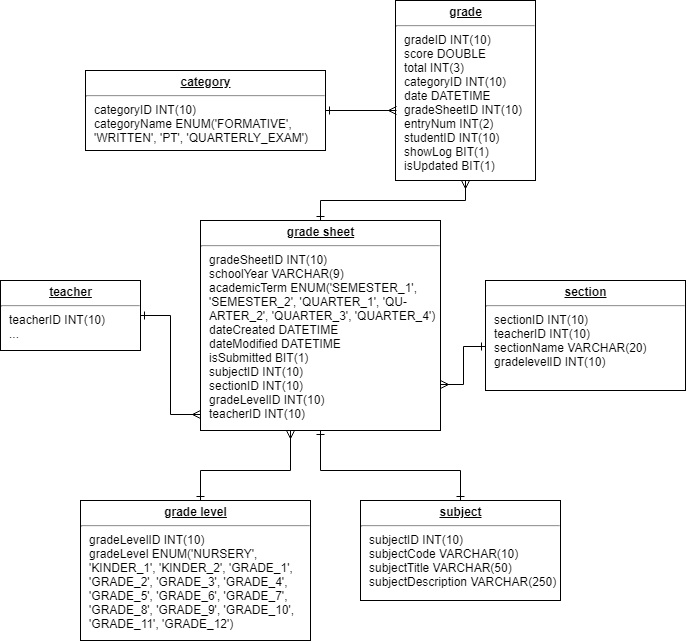
Before: SP/Grade-Sheet.png, a diagram exported from draw.io (blankart/dhla-web-app). Source tidied: cells renumbered, new cells last; positions are measured from the earlier drawing's top-left corner, leaving out a move shared by most shapes.
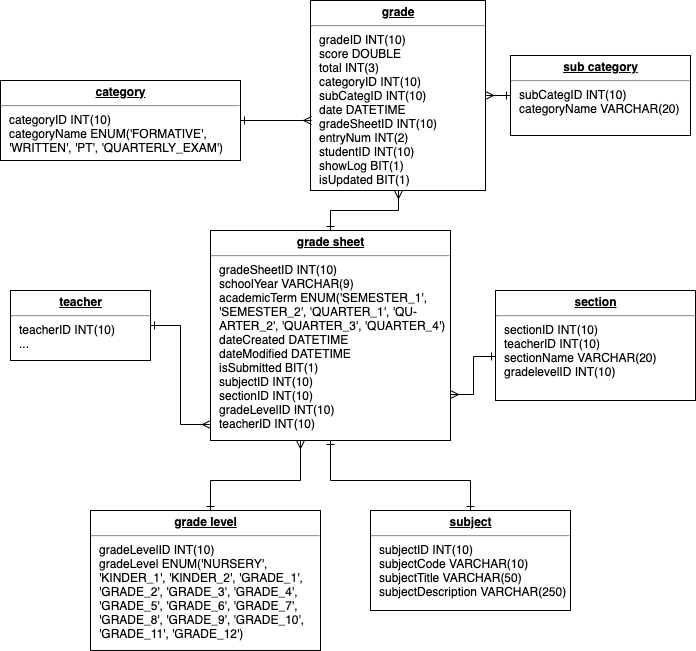
Later version of the same file.

Diff of the diagram source:
```diff
@@ -5,14 +5,14 @@
     <mxCell id="2" value="&lt;p style=&quot;margin: 0px ; margin-top: 4px ; text-align: center ; text-decoration: underline&quot;&gt;&lt;b&gt;grade sheet&lt;/b&gt;&lt;/p&gt;&lt;hr&gt;&lt;p style=&quot;margin: 0px ; margin-left: 8px&quot;&gt;gradeSheetID INT(10)&lt;/p&gt;&lt;p style=&quot;margin: 0px ; margin-left: 8px&quot;&gt;schoolYear VARCHAR(9)&lt;/p&gt;&lt;p style=&quot;margin: 0px ; margin-left: 8px&quot;&gt;academicTerm ENUM('SEMESTER_1',&lt;/p&gt;&lt;p style=&quot;margin: 0px ; margin-left: 8px&quot;&gt;'SEMESTER_2', 'QUARTER_1', 'QU-&lt;/p&gt;&lt;p style=&quot;margin: 0px ; margin-left: 8px&quot;&gt;ARTER_2', 'QUARTER_3', 'QUARTER_4')&lt;/p&gt;&lt;p style=&quot;margin: 0px ; margin-left: 8px&quot;&gt;dateCreated DATETIME&lt;/p&gt;&lt;p style=&quot;margin: 0px ; margin-left: 8px&quot;&gt;dateModified DATETIME&lt;/p&gt;&lt;p style=&quot;margin: 0px ; margin-left: 8px&quot;&gt;isSubmitted BIT(1)&lt;/p&gt;&lt;p style=&quot;margin: 0px ; margin-left: 8px&quot;&gt;subjectID INT(10)&lt;/p&gt;&lt;p style=&quot;margin: 0px ; margin-left: 8px&quot;&gt;sectionID INT(10)&lt;/p&gt;&lt;p style=&quot;margin: 0px ; margin-left: 8px&quot;&gt;gradeLevelID INT(10)&lt;/p&gt;&lt;p style=&quot;margin: 0px ; margin-left: 8px&quot;&gt;teacherID INT(10)&lt;/p&gt;" style="verticalAlign=top;align=left;overflow=fill;fontSize=12;fontFamily=Helvetica;html=1;rounded=0;shadow=0;comic=0;labelBackgroundColor=none;strokeColor=#000000;strokeWidth=1;fillColor=#ffffff;" parent="1" vertex="1">
       <mxGeometry x="200" y="220" width="240" height="210" as="geometry" />
     </mxCell>
-    <mxCell id="3" value="&lt;p style=&quot;margin: 0px ; margin-top: 4px ; text-align: center ; text-decoration: underline&quot;&gt;&lt;b&gt;grade&lt;/b&gt;&lt;/p&gt;&lt;hr&gt;&lt;p style=&quot;margin: 0px ; margin-left: 8px&quot;&gt;gradeID INT(10)&lt;/p&gt;&lt;p style=&quot;margin: 0px ; margin-left: 8px&quot;&gt;score DOUBLE&lt;/p&gt;&lt;p style=&quot;margin: 0px ; margin-left: 8px&quot;&gt;total INT(3)&lt;/p&gt;&lt;p style=&quot;margin: 0px ; margin-left: 8px&quot;&gt;categoryID INT(10)&lt;/p&gt;&lt;p style=&quot;margin: 0px ; margin-left: 8px&quot;&gt;date DATETIME&lt;/p&gt;&lt;p style=&quot;margin: 0px ; margin-left: 8px&quot;&gt;gradeSheetID INT(10)&lt;/p&gt;&lt;p style=&quot;margin: 0px ; margin-left: 8px&quot;&gt;entryNum INT(2)&lt;/p&gt;&lt;p style=&quot;margin: 0px ; margin-left: 8px&quot;&gt;studentID INT(10)&lt;/p&gt;&lt;p style=&quot;margin: 0px ; margin-left: 8px&quot;&gt;showLog BIT(1)&lt;/p&gt;&lt;p style=&quot;margin: 0px ; margin-left: 8px&quot;&gt;isUpdated BIT(1)&lt;/p&gt;" style="verticalAlign=top;align=left;overflow=fill;fontSize=12;fontFamily=Helvetica;html=1;rounded=0;shadow=0;comic=0;labelBackgroundColor=none;strokeColor=#000000;strokeWidth=1;fillColor=#ffffff;" parent="1" vertex="1">
-      <mxGeometry x="395" width="140" height="180" as="geometry" />
+    <mxCell id="3" value="&lt;p style=&quot;margin: 0px ; margin-top: 4px ; text-align: center ; text-decoration: underline&quot;&gt;&lt;b&gt;grade&lt;/b&gt;&lt;/p&gt;&lt;hr&gt;&lt;p style=&quot;margin: 0px ; margin-left: 8px&quot;&gt;gradeID INT(10)&lt;/p&gt;&lt;p style=&quot;margin: 0px ; margin-left: 8px&quot;&gt;score DOUBLE&lt;/p&gt;&lt;p style=&quot;margin: 0px ; margin-left: 8px&quot;&gt;total INT(3)&lt;/p&gt;&lt;p style=&quot;margin: 0px ; margin-left: 8px&quot;&gt;categoryID INT(10)&lt;/p&gt;&lt;p style=&quot;margin: 0px ; margin-left: 8px&quot;&gt;subCategID&lt;span&gt;&amp;nbsp;INT(10)&lt;/span&gt;&lt;/p&gt;&lt;p style=&quot;margin: 0px ; margin-left: 8px&quot;&gt;date DATETIME&lt;/p&gt;&lt;p style=&quot;margin: 0px ; margin-left: 8px&quot;&gt;gradeSheetID INT(10)&lt;/p&gt;&lt;p style=&quot;margin: 0px ; margin-left: 8px&quot;&gt;entryNum INT(2)&lt;/p&gt;&lt;p style=&quot;margin: 0px ; margin-left: 8px&quot;&gt;studentID INT(10)&lt;/p&gt;&lt;p style=&quot;margin: 0px ; margin-left: 8px&quot;&gt;showLog BIT(1)&lt;/p&gt;&lt;p style=&quot;margin: 0px ; margin-left: 8px&quot;&gt;isUpdated BIT(1)&lt;/p&gt;" style="verticalAlign=top;align=left;overflow=fill;fontSize=12;fontFamily=Helvetica;html=1;rounded=0;shadow=0;comic=0;labelBackgroundColor=none;strokeColor=#000000;strokeWidth=1;fillColor=#ffffff;" parent="1" vertex="1">
+      <mxGeometry x="300" y="-10" width="175" height="190" as="geometry" />
     </mxCell>
     <mxCell id="4" value="&lt;p style=&quot;margin: 0px ; margin-top: 4px ; text-align: center ; text-decoration: underline&quot;&gt;&lt;b&gt;grade level&lt;/b&gt;&lt;/p&gt;&lt;hr&gt;&lt;p style=&quot;margin: 0px ; margin-left: 8px&quot;&gt;gradeLevelID INT(10)&lt;/p&gt;&lt;p style=&quot;margin: 0px ; margin-left: 8px&quot;&gt;gradeLevel ENUM('NURSERY',&amp;nbsp;&lt;/p&gt;&lt;p style=&quot;margin: 0px ; margin-left: 8px&quot;&gt;'KINDER_1', 'KINDER_2', 'GRADE_1',&lt;/p&gt;&lt;p style=&quot;margin: 0px ; margin-left: 8px&quot;&gt;'GRADE_2', 'GRADE_3', 'GRADE_4',&lt;/p&gt;&lt;p style=&quot;margin: 0px ; margin-left: 8px&quot;&gt;'GRADE_5', 'GRADE_6', 'GRADE_7',&lt;/p&gt;&lt;p style=&quot;margin: 0px ; margin-left: 8px&quot;&gt;'GRADE_8', 'GRADE_9', 'GRADE_10',&lt;/p&gt;&lt;p style=&quot;margin: 0px ; margin-left: 8px&quot;&gt;'GRADE_11', 'GRADE_12')&lt;/p&gt;&lt;p style=&quot;margin: 0px ; margin-left: 8px&quot;&gt;&lt;br&gt;&lt;/p&gt;&lt;p style=&quot;margin: 0px ; margin-left: 8px&quot;&gt;&lt;br&gt;&lt;/p&gt;" style="verticalAlign=top;align=left;overflow=fill;fontSize=12;fontFamily=Helvetica;html=1;rounded=0;shadow=0;comic=0;labelBackgroundColor=none;strokeColor=#000000;strokeWidth=1;fillColor=#ffffff;" parent="1" vertex="1">
       <mxGeometry x="80" y="500" width="230" height="140" as="geometry" />
     </mxCell>
     <mxCell id="5" value="&lt;p style=&quot;margin: 0px ; margin-top: 4px ; text-align: center ; text-decoration: underline&quot;&gt;&lt;b&gt;category&lt;/b&gt;&lt;/p&gt;&lt;hr&gt;&lt;p style=&quot;margin: 0px ; margin-left: 8px&quot;&gt;categoryID INT(10)&lt;/p&gt;&lt;p style=&quot;margin: 0px ; margin-left: 8px&quot;&gt;categoryName&amp;nbsp;&lt;span&gt;ENUM('FORMATIVE',&amp;nbsp;&lt;/span&gt;&lt;/p&gt;&lt;p style=&quot;margin: 0px 0px 0px 8px&quot;&gt;'WRITTEN', 'PT', 'QUARTERLY_EXAM')&lt;/p&gt;&lt;p style=&quot;margin: 0px ; margin-left: 8px&quot;&gt;&lt;br&gt;&lt;/p&gt;&lt;p style=&quot;margin: 0px ; margin-left: 8px&quot;&gt;&lt;br&gt;&lt;/p&gt;" style="verticalAlign=top;align=left;overflow=fill;fontSize=12;fontFamily=Helvetica;html=1;rounded=0;shadow=0;comic=0;labelBackgroundColor=none;strokeColor=#000000;strokeWidth=1;fillColor=#ffffff;" parent="1" vertex="1">
-      <mxGeometry x="85" y="70" width="240" height="80" as="geometry" />
+      <mxGeometry x="-10" y="70" width="240" height="80" as="geometry" />
     </mxCell>
     <mxCell id="6" value="&lt;p style=&quot;margin: 0px ; margin-top: 4px ; text-align: center ; text-decoration: underline&quot;&gt;&lt;b&gt;subject&lt;/b&gt;&lt;/p&gt;&lt;hr&gt;&lt;p style=&quot;margin: 0px ; margin-left: 8px&quot;&gt;subjectID INT(10)&lt;/p&gt;&lt;p style=&quot;margin: 0px ; margin-left: 8px&quot;&gt;subjectCode VARCHAR(10)&lt;/p&gt;&lt;p style=&quot;margin: 0px ; margin-left: 8px&quot;&gt;subjectTitle VARCHAR(50)&lt;/p&gt;&lt;p style=&quot;margin: 0px ; margin-left: 8px&quot;&gt;subjectDescription VARCHAR(250)&lt;/p&gt;&lt;p style=&quot;margin: 0px ; margin-left: 8px&quot;&gt;&lt;br&gt;&lt;/p&gt;&lt;p style=&quot;margin: 0px ; margin-left: 8px&quot;&gt;&lt;br&gt;&lt;/p&gt;&lt;p style=&quot;margin: 0px ; margin-left: 8px&quot;&gt;&lt;br&gt;&lt;/p&gt;&lt;p style=&quot;margin: 0px ; margin-left: 8px&quot;&gt;&lt;br&gt;&lt;/p&gt;&lt;p style=&quot;margin: 0px ; margin-left: 8px&quot;&gt;&lt;br&gt;&lt;/p&gt;" style="verticalAlign=top;align=left;overflow=fill;fontSize=12;fontFamily=Helvetica;html=1;rounded=0;shadow=0;comic=0;labelBackgroundColor=none;strokeColor=#000000;strokeWidth=1;fillColor=#ffffff;" parent="1" vertex="1">
       <mxGeometry x="360" y="500" width="200" height="100" as="geometry" />
@@ -25,7 +25,7 @@
     </mxCell>
     <mxCell id="9" style="endArrow=ERmany;html=1;edgeStyle=orthogonalEdgeStyle;rounded=0;exitX=1;exitY=0.5;exitDx=0;exitDy=0;startArrow=ERone;startFill=0;endFill=0;" parent="1" edge="1" source="5">
       <mxGeometry relative="1" as="geometry">
-        <mxPoint x="396" y="110" as="targetPoint" />
+        <mxPoint x="301" y="110" as="targetPoint" />
       </mxGeometry>
     </mxCell>
     <mxCell id="10" style="endArrow=ERmany;html=1;edgeStyle=orthogonalEdgeStyle;rounded=0;startArrow=ERone;startFill=0;endFill=0;entryX=0.5;entryY=1;entryDx=0;entryDy=0;" parent="1" edge="1" source="2" target="3">
@@ -53,5 +53,11 @@
         </Array>
       </mxGeometry>
     </mxCell>
+    <mxCell id="15" value="&lt;p style=&quot;margin: 0px ; margin-top: 4px ; text-align: center ; text-decoration: underline&quot;&gt;&lt;b&gt;sub category&lt;/b&gt;&lt;/p&gt;&lt;hr&gt;&lt;p style=&quot;margin: 0px ; margin-left: 8px&quot;&gt;&lt;span&gt;subCategID INT(10)&lt;/span&gt;&lt;br&gt;&lt;/p&gt;&lt;p style=&quot;margin: 0px ; margin-left: 8px&quot;&gt;&lt;span&gt;categoryName VARCHAR(20)&lt;/span&gt;&lt;/p&gt;&lt;p style=&quot;margin: 0px ; margin-left: 8px&quot;&gt;&lt;br&gt;&lt;/p&gt;&lt;p style=&quot;margin: 0px ; margin-left: 8px&quot;&gt;&lt;br&gt;&lt;/p&gt;" style="verticalAlign=top;align=left;overflow=fill;fontSize=12;fontFamily=Helvetica;html=1;rounded=0;shadow=0;comic=0;labelBackgroundColor=none;strokeColor=#000000;strokeWidth=1;fillColor=#ffffff;" parent="1" vertex="1">
+      <mxGeometry x="500" y="45" width="180" height="80" as="geometry" />
+    </mxCell>
+    <mxCell id="16" style="endArrow=ERmany;html=1;edgeStyle=orthogonalEdgeStyle;rounded=0;exitX=0;exitY=0.5;exitDx=0;exitDy=0;startArrow=ERone;startFill=0;endFill=0;entryX=1;entryY=0.5;entryDx=0;entryDy=0;" parent="1" edge="1" source="15" target="3">
+      <mxGeometry relative="1" as="geometry" />
+    </mxCell>
   </root>
 </mxGraphModel>
```
